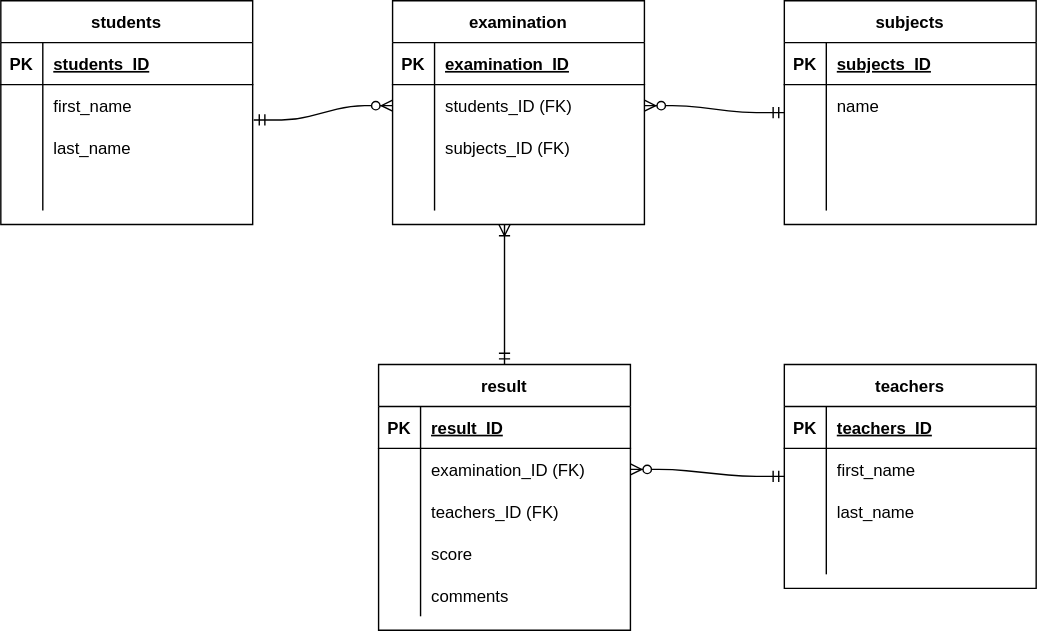
kaoriyatate/20221216_yatate keeps this draw.io diagram as index.drawio.svg. Above is the earlier version. Source tidied: cells renumbered, new cells last; positions are measured from the earlier drawing's top-left corner, leaving out a move shared by most shapes.
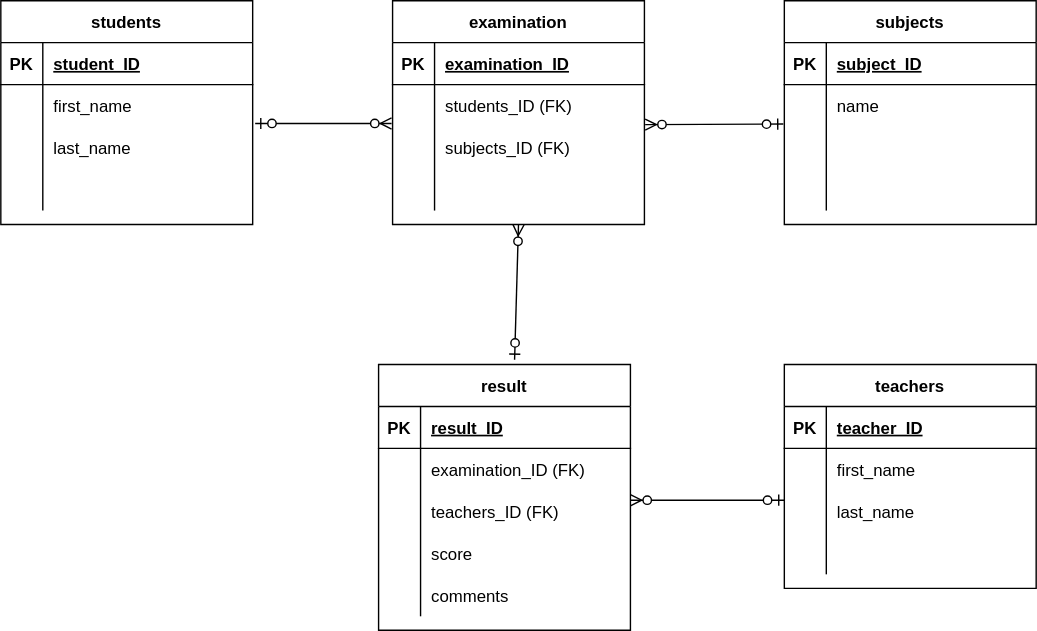
After the change.

Change to the diagram source:
```diff
@@ -11,7 +11,7 @@
     <mxCell id="4" value="PK" style="shape=partialRectangle;fillColor=none;top=0;left=0;bottom=0;right=0;fontStyle=1;overflow=hidden;" parent="3" vertex="1">
       <mxGeometry width="30" height="30" as="geometry" />
     </mxCell>
-    <mxCell id="5" value="students_ID" style="shape=partialRectangle;fillColor=none;top=0;left=0;bottom=0;right=0;align=left;spacingLeft=6;fontStyle=5;overflow=hidden;" parent="3" vertex="1">
+    <mxCell id="5" value="student_ID" style="shape=partialRectangle;fillColor=none;top=0;left=0;bottom=0;right=0;align=left;spacingLeft=6;fontStyle=5;overflow=hidden;" parent="3" vertex="1">
       <mxGeometry x="30" width="150" height="30" as="geometry" />
     </mxCell>
     <mxCell id="6" style="shape=partialRectangle;fillColor=none;top=0;left=0;bottom=0;right=0;" parent="2" vertex="1">
@@ -89,7 +89,7 @@
     <mxCell id="30" value="PK" style="shape=partialRectangle;fillColor=none;top=0;left=0;bottom=0;right=0;fontStyle=1;overflow=hidden;" parent="29" vertex="1">
       <mxGeometry width="30" height="30" as="geometry" />
     </mxCell>
-    <mxCell id="31" value="subjects_ID" style="shape=partialRectangle;fillColor=none;top=0;left=0;bottom=0;right=0;align=left;spacingLeft=6;fontStyle=5;overflow=hidden;" parent="29" vertex="1">
+    <mxCell id="31" value="subject_ID" style="shape=partialRectangle;fillColor=none;top=0;left=0;bottom=0;right=0;align=left;spacingLeft=6;fontStyle=5;overflow=hidden;" parent="29" vertex="1">
       <mxGeometry x="30" width="150" height="30" as="geometry" />
     </mxCell>
     <mxCell id="32" style="shape=partialRectangle;fillColor=none;top=0;left=0;bottom=0;right=0;" parent="28" vertex="1">
@@ -119,12 +119,6 @@
     <mxCell id="40" style="shape=partialRectangle;fillColor=none;top=0;left=0;bottom=0;right=0;align=left;spacingLeft=6;overflow=hidden;" parent="38" vertex="1">
       <mxGeometry x="30" width="150" height="30" as="geometry" />
     </mxCell>
-    <mxCell id="41" style="edgeStyle=entityRelationEdgeStyle;fontSize=12;html=1;endArrow=ERzeroToMany;startArrow=ERmandOne;entryX=1;entryY=0.5;entryDx=0;entryDy=0;exitX=0;exitY=0.5;exitDx=0;exitDy=0;" parent="1" edge="1" source="28" target="19">
-      <mxGeometry relative="1" as="geometry" />
-    </mxCell>
-    <mxCell id="42" style="edgeStyle=entityRelationEdgeStyle;fontSize=12;html=1;endArrow=ERzeroToMany;startArrow=ERmandOne;entryX=0;entryY=0.5;entryDx=0;entryDy=0;exitX=1.004;exitY=-0.159;exitDx=0;exitDy=0;exitPerimeter=0;" parent="1" edge="1" source="9" target="19">
-      <mxGeometry relative="1" as="geometry" />
-    </mxCell>
     <mxCell id="43" value="result" style="shape=table;startSize=30;rowLines=0;fontStyle=1;align=center;" parent="1" vertex="1">
       <mxGeometry x="270" y="260" width="180" height="190" as="geometry" />
     </mxCell>
@@ -182,7 +176,7 @@
     <mxCell id="61" value="PK" style="shape=partialRectangle;fillColor=none;top=0;left=0;bottom=0;right=0;fontStyle=1;overflow=hidden;" parent="60" vertex="1">
       <mxGeometry width="30" height="30" as="geometry" />
     </mxCell>
-    <mxCell id="62" value="teachers_ID" style="shape=partialRectangle;fillColor=none;top=0;left=0;bottom=0;right=0;align=left;spacingLeft=6;fontStyle=5;overflow=hidden;" parent="60" vertex="1">
+    <mxCell id="62" value="teacher_ID" style="shape=partialRectangle;fillColor=none;top=0;left=0;bottom=0;right=0;align=left;spacingLeft=6;fontStyle=5;overflow=hidden;" parent="60" vertex="1">
       <mxGeometry x="30" width="150" height="30" as="geometry" />
     </mxCell>
     <mxCell id="63" style="shape=partialRectangle;fillColor=none;top=0;left=0;bottom=0;right=0;" parent="59" vertex="1">
@@ -212,13 +206,23 @@
     <mxCell id="71" style="shape=partialRectangle;fillColor=none;top=0;left=0;bottom=0;right=0;align=left;spacingLeft=6;overflow=hidden;" parent="69" vertex="1">
       <mxGeometry x="30" width="150" height="30" as="geometry" />
     </mxCell>
-    <mxCell id="72" style="edgeStyle=entityRelationEdgeStyle;fontSize=12;html=1;endArrow=ERzeroToMany;startArrow=ERmandOne;entryX=1;entryY=0.5;entryDx=0;entryDy=0;exitX=0;exitY=0.5;exitDx=0;exitDy=0;" parent="1" edge="1" source="59" target="47">
-      <mxGeometry relative="1" as="geometry" />
-    </mxCell>
-    <mxCell id="73" style="fontSize=12;html=1;endArrow=ERoneToMany;startArrow=ERmandOne;exitX=0.5;exitY=0;exitDx=0;exitDy=0;" parent="1" edge="1" source="43">
-      <mxGeometry relative="1" as="geometry">
-        <mxPoint x="360" y="160" as="targetPoint" />
-      </mxGeometry>
-    </mxCell>
+    <mxCell id="74" style="fontSize=12;html=1;endArrow=ERzeroToMany;startArrow=ERzeroToOne;entryX=0.5;entryY=1;entryDx=0;entryDy=0;exitX=0.54;exitY=-0.018;exitDx=0;exitDy=0;exitPerimeter=0;" parent="1" edge="1" source="43" target="15">
+      <mxGeometry relative="1" as="geometry" />
+    </mxCell>
+    <mxCell id="75" style="fontSize=12;html=1;endArrow=ERzeroToMany;startArrow=ERzeroToOne;exitX=-0.004;exitY=-0.061;exitDx=0;exitDy=0;exitPerimeter=0;entryX=1.003;entryY=-0.047;entryDx=0;entryDy=0;entryPerimeter=0;" parent="1" edge="1" source="35" target="22">
+      <mxGeometry relative="1" as="geometry" />
+    </mxCell>
+    <mxCell id="76" style="fontSize=12;html=1;endArrow=ERzeroToMany;startArrow=ERzeroToOne;" parent="1" edge="1">
+      <mxGeometry relative="1" as="geometry">
+        <mxPoint x="560" y="357" as="sourcePoint" />
+        <mxPoint x="450" y="357" as="targetPoint" />
+        <Array as="points">
+          <mxPoint x="510" y="357" />
+        </Array>
+      </mxGeometry>
+    </mxCell>
+    <mxCell id="77" style="fontSize=12;html=1;endArrow=ERzeroToMany;startArrow=ERzeroToOne;entryX=-0.004;entryY=-0.075;entryDx=0;entryDy=0;entryPerimeter=0;exitX=1.01;exitY=-0.075;exitDx=0;exitDy=0;exitPerimeter=0;" parent="1" edge="1" source="9" target="22">
+      <mxGeometry relative="1" as="geometry" />
+    </mxCell>
   </root>
 </mxGraphModel>
```
